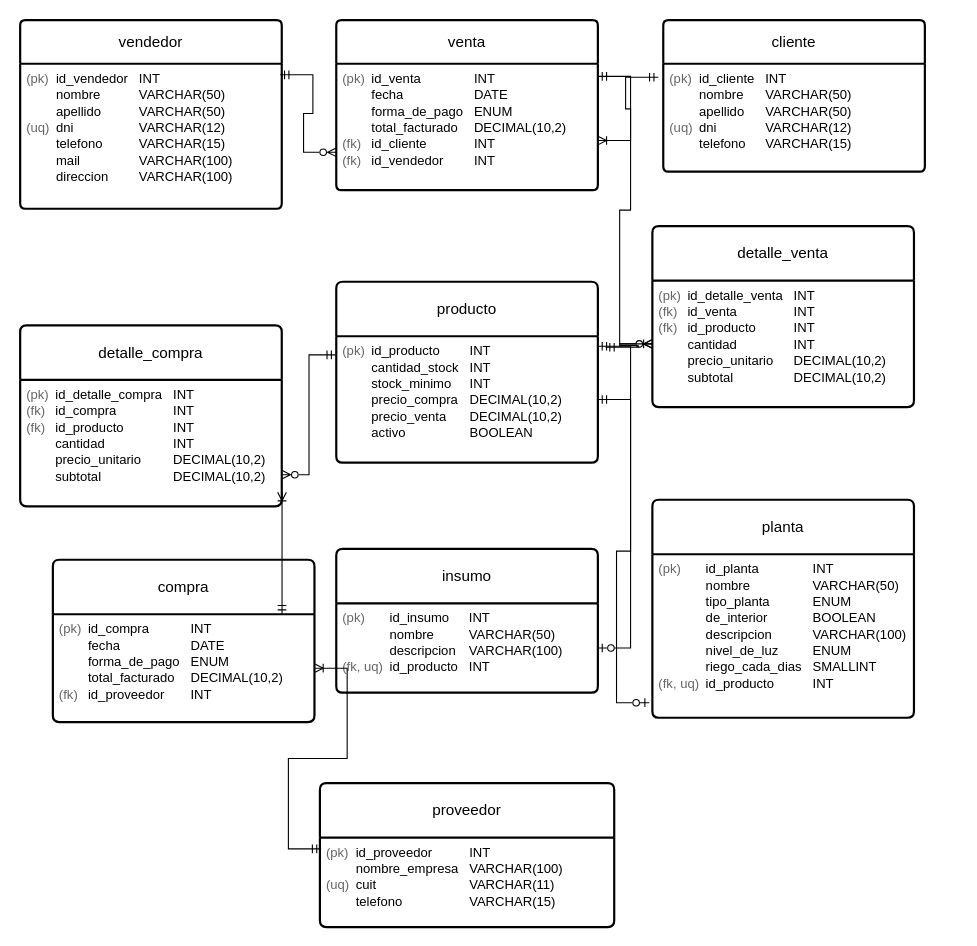
Above: Diagramas/EER_tablas_Vivero.drawio in Laura-Morea/Vivero-TP (draw.io), before the change. Source tidied: cells renumbered, new cells numbered last; positions are measured from the earlier drawing's top-left corner, leaving out a move shared by most shapes. Both pictures are drawn from the tidied source at 109%, with x=0, y=0 at pixel (20, 20).
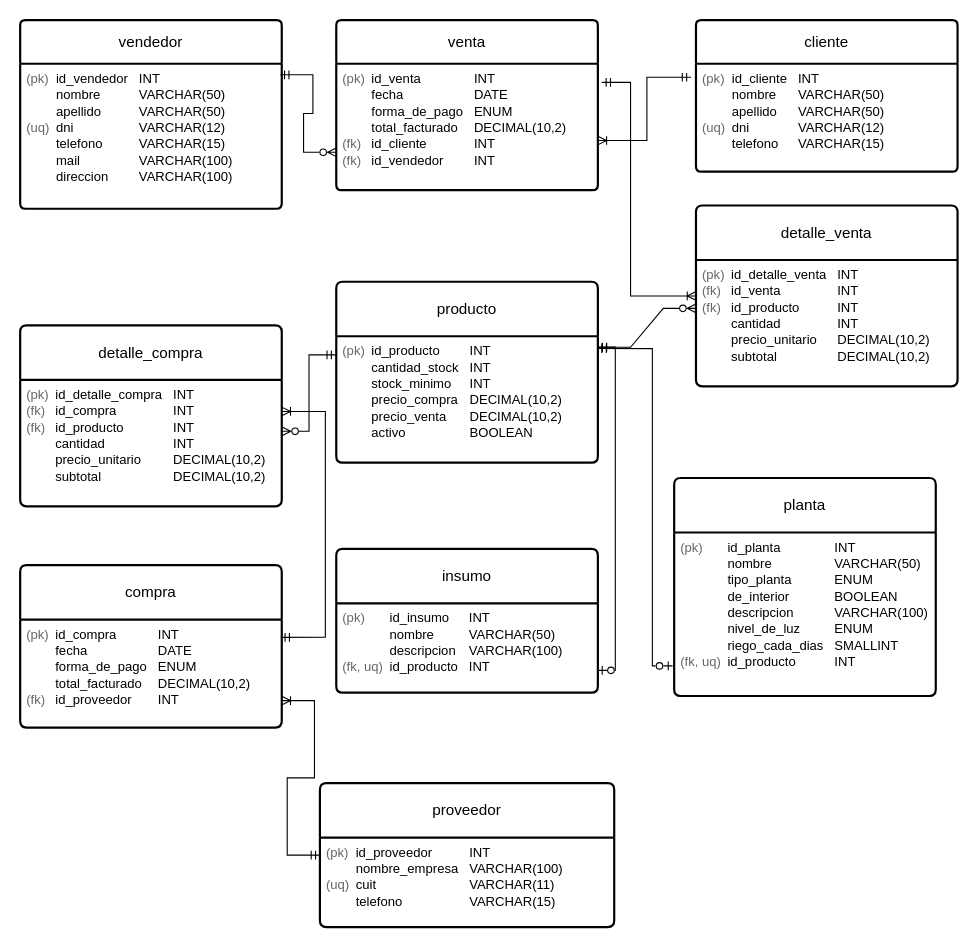
The same diagram, later.

The change refers to these unchanged cells:
```xml
<mxCell id="3" value="&lt;table style=&quot;border-collapse:collapse;font-size:12px;line-height:15px;&quot;&gt;&lt;tr&gt;&lt;td style=&quot;padding:0 6px 0 0;color:#666;&quot;&gt;(pk)&lt;/td&gt;&lt;td style=&quot;padding:0 10px 0 0;&quot;&gt;id_cliente&lt;/td&gt;&lt;td style=&quot;padding:0;&quot;&gt;INT&lt;/td&gt;&lt;/tr&gt;&lt;tr&gt;&lt;td style=&quot;padding:0 6px 0 0;color:#666;&quot;&gt;&lt;/td&gt;&lt;td style=&quot;padding:0 10px 0 0;&quot;&gt;nombre&lt;/td&gt;&lt;td style=&quot;padding:0;&quot;&gt;VARCHAR(50)&lt;/td&gt;&lt;/tr&gt;&lt;tr&gt;&lt;td style=&quot;padding:0 6px 0 0;color:#666;&quot;&gt;&lt;/td&gt;&lt;td style=&quot;padding:0 10px 0 0;&quot;&gt;apellido&lt;/td&gt;&lt;td style=&quot;padding:0;&quot;&gt;VARCHAR(50)&lt;/td&gt;&lt;/tr&gt;&lt;tr&gt;&lt;td style=&quot;padding:0 6px 0 0;color:#666;&quot;&gt;(uq)&lt;/td&gt;&lt;td style=&quot;padding:0 10px 0 0;&quot;&gt;dni&lt;/td&gt;&lt;td style=&quot;padding:0;&quot;&gt;VARCHAR(12)&lt;/td&gt;&lt;/tr&gt;&lt;tr&gt;&lt;td style=&quot;padding:0 6px 0 0;color:#666;&quot;&gt;&lt;/td&gt;&lt;td style=&quot;padding:0 10px 0 0;&quot;&gt;telefono&lt;/td&gt;&lt;td style=&quot;padding:0;&quot;&gt;VARCHAR(15)&lt;/td&gt;&lt;/tr&gt;&lt;/table&gt;" style="align=left;strokeColor=none;fillColor=none;spacingLeft=4;spacingRight=4;fontSize=12;verticalAlign=top;html=1;whiteSpace=wrap;" parent="2" vertex="1">
  <mxGeometry y="40" width="240" height="99" as="geometry" />
</mxCell>
<mxCell id="5" value="&lt;table style=&quot;border-collapse:collapse;font-size:12px;line-height:15px;&quot;&gt;&lt;tr&gt;&lt;td style=&quot;padding:0 6px 0 0;color:#666;&quot;&gt;(pk)&lt;/td&gt;&lt;td style=&quot;padding:0 10px 0 0;&quot;&gt;id_venta&lt;/td&gt;&lt;td style=&quot;padding:0;&quot;&gt;INT&lt;/td&gt;&lt;/tr&gt;&lt;tr&gt;&lt;td style=&quot;padding:0 6px 0 0;color:#666;&quot;&gt;&lt;/td&gt;&lt;td style=&quot;padding:0 10px 0 0;&quot;&gt;fecha&lt;/td&gt;&lt;td style=&quot;padding:0;&quot;&gt;DATE&lt;/td&gt;&lt;/tr&gt;&lt;tr&gt;&lt;td style=&quot;padding:0 6px 0 0;color:#666;&quot;&gt;&lt;/td&gt;&lt;td style=&quot;padding:0 10px 0 0;&quot;&gt;forma_de_pago&lt;/td&gt;&lt;td style=&quot;padding:0;&quot;&gt;ENUM&lt;/td&gt;&lt;/tr&gt;&lt;tr&gt;&lt;td style=&quot;padding:0 6px 0 0;color:#666;&quot;&gt;&lt;/td&gt;&lt;td style=&quot;padding:0 10px 0 0;&quot;&gt;total_facturado&lt;/td&gt;&lt;td style=&quot;padding:0;&quot;&gt;DECIMAL(10,2)&lt;/td&gt;&lt;/tr&gt;&lt;tr&gt;&lt;td style=&quot;padding:0 6px 0 0;color:#666;&quot;&gt;(fk)&lt;/td&gt;&lt;td style=&quot;padding:0 10px 0 0;&quot;&gt;id_cliente&lt;/td&gt;&lt;td style=&quot;padding:0;&quot;&gt;INT&lt;/td&gt;&lt;/tr&gt;&lt;tr&gt;&lt;td style=&quot;padding:0 6px 0 0;color:#666;&quot;&gt;(fk)&lt;/td&gt;&lt;td style=&quot;padding:0 10px 0 0;&quot;&gt;id_vendedor&lt;/td&gt;&lt;td style=&quot;padding:0;&quot;&gt;INT&lt;/td&gt;&lt;/tr&gt;&lt;/table&gt;" style="align=left;strokeColor=none;fillColor=none;spacingLeft=4;spacingRight=4;fontSize=12;verticalAlign=top;html=1;whiteSpace=wrap;" parent="4" vertex="1">
  <mxGeometry y="40" width="240" height="116" as="geometry" />
</mxCell>
<mxCell id="10" value="&lt;table style=&quot;border-collapse:collapse;font-size:12px;line-height:15px;&quot;&gt;&lt;tr&gt;&lt;td style=&quot;padding:0 6px 0 0;color:#666;&quot;&gt;(pk)&lt;/td&gt;&lt;td style=&quot;padding:0 10px 0 0;&quot;&gt;id_producto&lt;/td&gt;&lt;td style=&quot;padding:0;&quot;&gt;INT&lt;/td&gt;&lt;/tr&gt;&lt;tr&gt;&lt;td style=&quot;padding:0 6px 0 0;color:#666;&quot;&gt;&lt;/td&gt;&lt;td style=&quot;padding:0 10px 0 0;&quot;&gt;cantidad_stock&lt;/td&gt;&lt;td style=&quot;padding:0;&quot;&gt;INT&lt;/td&gt;&lt;/tr&gt;&lt;tr&gt;&lt;td style=&quot;padding:0 6px 0 0;color:#666;&quot;&gt;&lt;/td&gt;&lt;td style=&quot;padding:0 10px 0 0;&quot;&gt;stock_minimo&lt;/td&gt;&lt;td style=&quot;padding:0;&quot;&gt;INT&lt;/td&gt;&lt;/tr&gt;&lt;tr&gt;&lt;td style=&quot;padding:0 6px 0 0;color:#666;&quot;&gt;&lt;/td&gt;&lt;td style=&quot;padding:0 10px 0 0;&quot;&gt;precio_compra&lt;/td&gt;&lt;td style=&quot;padding:0;&quot;&gt;DECIMAL(10,2)&lt;/td&gt;&lt;/tr&gt;&lt;tr&gt;&lt;td style=&quot;padding:0 6px 0 0;color:#666;&quot;&gt;&lt;/td&gt;&lt;td style=&quot;padding:0 10px 0 0;&quot;&gt;precio_venta&lt;/td&gt;&lt;td style=&quot;padding:0;&quot;&gt;DECIMAL(10,2)&lt;/td&gt;&lt;/tr&gt;&lt;tr&gt;&lt;td style=&quot;padding:0 6px 0 0;color:#666;&quot;&gt;&lt;/td&gt;&lt;td style=&quot;padding:0 10px 0 0;&quot;&gt;activo&lt;/td&gt;&lt;td style=&quot;padding:0;&quot;&gt;BOOLEAN&lt;/td&gt;&lt;/tr&gt;&lt;/table&gt;" style="align=left;strokeColor=none;fillColor=none;spacingLeft=4;spacingRight=4;fontSize=12;verticalAlign=top;html=1;whiteSpace=wrap;" parent="9" vertex="1">
  <mxGeometry y="50" width="240" height="116" as="geometry" />
</mxCell>
<mxCell id="12" value="&lt;table style=&quot;border-collapse:collapse;font-size:12px;line-height:15px;&quot;&gt;&lt;tr&gt;&lt;td style=&quot;padding:0 6px 0 0;color:#666;&quot;&gt;(pk)&lt;/td&gt;&lt;td style=&quot;padding:0 10px 0 0;&quot;&gt;id_detalle_venta&lt;/td&gt;&lt;td style=&quot;padding:0;&quot;&gt;INT&lt;/td&gt;&lt;/tr&gt;&lt;tr&gt;&lt;td style=&quot;padding:0 6px 0 0;color:#666;&quot;&gt;(fk)&lt;/td&gt;&lt;td style=&quot;padding:0 10px 0 0;&quot;&gt;id_venta&lt;/td&gt;&lt;td style=&quot;padding:0;&quot;&gt;INT&lt;/td&gt;&lt;/tr&gt;&lt;tr&gt;&lt;td style=&quot;padding:0 6px 0 0;color:#666;&quot;&gt;(fk)&lt;/td&gt;&lt;td style=&quot;padding:0 10px 0 0;&quot;&gt;id_producto&lt;/td&gt;&lt;td style=&quot;padding:0;&quot;&gt;INT&lt;/td&gt;&lt;/tr&gt;&lt;tr&gt;&lt;td style=&quot;padding:0 6px 0 0;color:#666;&quot;&gt;&lt;/td&gt;&lt;td style=&quot;padding:0 10px 0 0;&quot;&gt;cantidad&lt;/td&gt;&lt;td style=&quot;padding:0;&quot;&gt;INT&lt;/td&gt;&lt;/tr&gt;&lt;tr&gt;&lt;td style=&quot;padding:0 6px 0 0;color:#666;&quot;&gt;&lt;/td&gt;&lt;td style=&quot;padding:0 10px 0 0;&quot;&gt;precio_unitario&lt;/td&gt;&lt;td style=&quot;padding:0;&quot;&gt;DECIMAL(10,2)&lt;/td&gt;&lt;/tr&gt;&lt;tr&gt;&lt;td style=&quot;padding:0 6px 0 0;color:#666;&quot;&gt;&lt;/td&gt;&lt;td style=&quot;padding:0 10px 0 0;&quot;&gt;subtotal&lt;/td&gt;&lt;td style=&quot;padding:0;&quot;&gt;DECIMAL(10,2)&lt;/td&gt;&lt;/tr&gt;&lt;/table&gt;" style="align=left;strokeColor=none;fillColor=none;spacingLeft=4;spacingRight=4;fontSize=12;verticalAlign=top;html=1;whiteSpace=wrap;" parent="11" vertex="1">
  <mxGeometry y="50" width="240" height="116" as="geometry" />
</mxCell>
<mxCell id="14" value="&lt;table style=&quot;border-collapse:collapse;font-size:12px;line-height:15px;&quot;&gt;&lt;tr&gt;&lt;td style=&quot;padding:0 6px 0 0;color:#666;&quot;&gt;(pk)&lt;/td&gt;&lt;td style=&quot;padding:0 10px 0 0;&quot;&gt;id_planta&lt;/td&gt;&lt;td style=&quot;padding:0;&quot;&gt;INT&lt;/td&gt;&lt;/tr&gt;&lt;tr&gt;&lt;td style=&quot;padding:0 6px 0 0;color:#666;&quot;&gt;&lt;/td&gt;&lt;td style=&quot;padding:0 10px 0 0;&quot;&gt;nombre&lt;/td&gt;&lt;td style=&quot;padding:0;&quot;&gt;VARCHAR(50)&lt;/td&gt;&lt;/tr&gt;&lt;tr&gt;&lt;td style=&quot;padding:0 6px 0 0;color:#666;&quot;&gt;&lt;/td&gt;&lt;td style=&quot;padding:0 10px 0 0;&quot;&gt;tipo_planta&lt;/td&gt;&lt;td style=&quot;padding:0;&quot;&gt;ENUM&lt;/td&gt;&lt;/tr&gt;&lt;tr&gt;&lt;td style=&quot;padding:0 6px 0 0;color:#666;&quot;&gt;&lt;/td&gt;&lt;td style=&quot;padding:0 10px 0 0;&quot;&gt;de_interior&lt;/td&gt;&lt;td style=&quot;padding:0;&quot;&gt;BOOLEAN&lt;/td&gt;&lt;/tr&gt;&lt;tr&gt;&lt;td style=&quot;padding:0 6px 0 0;color:#666;&quot;&gt;&lt;/td&gt;&lt;td style=&quot;padding:0 10px 0 0;&quot;&gt;descripcion&lt;/td&gt;&lt;td style=&quot;padding:0;&quot;&gt;VARCHAR(100)&lt;/td&gt;&lt;/tr&gt;&lt;tr&gt;&lt;td style=&quot;padding:0 6px 0 0;color:#666;&quot;&gt;&lt;/td&gt;&lt;td style=&quot;padding:0 10px 0 0;&quot;&gt;nivel_de_luz&lt;/td&gt;&lt;td style=&quot;padding:0;&quot;&gt;ENUM&lt;/td&gt;&lt;/tr&gt;&lt;tr&gt;&lt;td style=&quot;padding:0 6px 0 0;color:#666;&quot;&gt;&lt;/td&gt;&lt;td style=&quot;padding:0 10px 0 0;&quot;&gt;riego_cada_dias&lt;/td&gt;&lt;td style=&quot;padding:0;&quot;&gt;SMALLINT&lt;/td&gt;&lt;/tr&gt;&lt;tr&gt;&lt;td style=&quot;padding:0 6px 0 0;color:#666;&quot;&gt;(fk, uq)&lt;/td&gt;&lt;td style=&quot;padding:0 10px 0 0;&quot;&gt;id_producto&lt;/td&gt;&lt;td style=&quot;padding:0;&quot;&gt;INT&lt;/td&gt;&lt;/tr&gt;&lt;/table&gt;" style="align=left;strokeColor=none;fillColor=none;spacingLeft=4;spacingRight=4;fontSize=12;verticalAlign=top;html=1;whiteSpace=wrap;" parent="13" vertex="1">
  <mxGeometry y="50" width="240" height="150" as="geometry" />
</mxCell>
<mxCell id="16" value="&lt;table style=&quot;border-collapse:collapse;font-size:12px;line-height:15px;&quot;&gt;&lt;tr&gt;&lt;td style=&quot;padding:0 6px 0 0;color:#666;&quot;&gt;(pk)&lt;/td&gt;&lt;td style=&quot;padding:0 10px 0 0;&quot;&gt;id_insumo&lt;/td&gt;&lt;td style=&quot;padding:0;&quot;&gt;INT&lt;/td&gt;&lt;/tr&gt;&lt;tr&gt;&lt;td style=&quot;padding:0 6px 0 0;color:#666;&quot;&gt;&lt;/td&gt;&lt;td style=&quot;padding:0 10px 0 0;&quot;&gt;nombre&lt;/td&gt;&lt;td style=&quot;padding:0;&quot;&gt;VARCHAR(50)&lt;/td&gt;&lt;/tr&gt;&lt;tr&gt;&lt;td style=&quot;padding:0 6px 0 0;color:#666;&quot;&gt;&lt;/td&gt;&lt;td style=&quot;padding:0 10px 0 0;&quot;&gt;descripcion&lt;/td&gt;&lt;td style=&quot;padding:0;&quot;&gt;VARCHAR(100)&lt;/td&gt;&lt;/tr&gt;&lt;tr&gt;&lt;td style=&quot;padding:0 6px 0 0;color:#666;&quot;&gt;(fk, uq)&lt;/td&gt;&lt;td style=&quot;padding:0 10px 0 0;&quot;&gt;id_producto&lt;/td&gt;&lt;td style=&quot;padding:0;&quot;&gt;INT&lt;/td&gt;&lt;/tr&gt;&lt;/table&gt;" style="align=left;strokeColor=none;fillColor=none;spacingLeft=4;spacingRight=4;fontSize=12;verticalAlign=top;html=1;whiteSpace=wrap;" parent="15" vertex="1">
  <mxGeometry y="50" width="240" height="82" as="geometry" />
</mxCell>
<mxCell id="18" value="&lt;table style=&quot;border-collapse:collapse;font-size:12px;line-height:15px;&quot;&gt;&lt;tr&gt;&lt;td style=&quot;padding:0 6px 0 0;color:#666;&quot;&gt;(pk)&lt;/td&gt;&lt;td style=&quot;padding:0 10px 0 0;&quot;&gt;id_detalle_compra&lt;/td&gt;&lt;td style=&quot;padding:0;&quot;&gt;INT&lt;/td&gt;&lt;/tr&gt;&lt;tr&gt;&lt;td style=&quot;padding:0 6px 0 0;color:#666;&quot;&gt;(fk)&lt;/td&gt;&lt;td style=&quot;padding:0 10px 0 0;&quot;&gt;id_compra&lt;/td&gt;&lt;td style=&quot;padding:0;&quot;&gt;INT&lt;/td&gt;&lt;/tr&gt;&lt;tr&gt;&lt;td style=&quot;padding:0 6px 0 0;color:#666;&quot;&gt;(fk)&lt;/td&gt;&lt;td style=&quot;padding:0 10px 0 0;&quot;&gt;id_producto&lt;/td&gt;&lt;td style=&quot;padding:0;&quot;&gt;INT&lt;/td&gt;&lt;/tr&gt;&lt;tr&gt;&lt;td style=&quot;padding:0 6px 0 0;color:#666;&quot;&gt;&lt;/td&gt;&lt;td style=&quot;padding:0 10px 0 0;&quot;&gt;cantidad&lt;/td&gt;&lt;td style=&quot;padding:0;&quot;&gt;INT&lt;/td&gt;&lt;/tr&gt;&lt;tr&gt;&lt;td style=&quot;padding:0 6px 0 0;color:#666;&quot;&gt;&lt;/td&gt;&lt;td style=&quot;padding:0 10px 0 0;&quot;&gt;precio_unitario&lt;/td&gt;&lt;td style=&quot;padding:0;&quot;&gt;DECIMAL(10,2)&lt;/td&gt;&lt;/tr&gt;&lt;tr&gt;&lt;td style=&quot;padding:0 6px 0 0;color:#666;&quot;&gt;&lt;/td&gt;&lt;td style=&quot;padding:0 10px 0 0;&quot;&gt;subtotal&lt;/td&gt;&lt;td style=&quot;padding:0;&quot;&gt;DECIMAL(10,2)&lt;/td&gt;&lt;/tr&gt;&lt;/table&gt;" style="align=left;strokeColor=none;fillColor=none;spacingLeft=4;spacingRight=4;fontSize=12;verticalAlign=top;html=1;whiteSpace=wrap;" parent="17" vertex="1">
  <mxGeometry y="50" width="240" height="116" as="geometry" />
</mxCell>
<mxCell id="20" value="&lt;table style=&quot;border-collapse:collapse;font-size:12px;line-height:15px;&quot;&gt;&lt;tr&gt;&lt;td style=&quot;padding:0 6px 0 0;color:#666;&quot;&gt;(pk)&lt;/td&gt;&lt;td style=&quot;padding:0 10px 0 0;&quot;&gt;id_compra&lt;/td&gt;&lt;td style=&quot;padding:0;&quot;&gt;INT&lt;/td&gt;&lt;/tr&gt;&lt;tr&gt;&lt;td style=&quot;padding:0 6px 0 0;color:#666;&quot;&gt;&lt;/td&gt;&lt;td style=&quot;padding:0 10px 0 0;&quot;&gt;fecha&lt;/td&gt;&lt;td style=&quot;padding:0;&quot;&gt;DATE&lt;/td&gt;&lt;/tr&gt;&lt;tr&gt;&lt;td style=&quot;padding:0 6px 0 0;color:#666;&quot;&gt;&lt;/td&gt;&lt;td style=&quot;padding:0 10px 0 0;&quot;&gt;forma_de_pago&lt;/td&gt;&lt;td style=&quot;padding:0;&quot;&gt;ENUM&lt;/td&gt;&lt;/tr&gt;&lt;tr&gt;&lt;td style=&quot;padding:0 6px 0 0;color:#666;&quot;&gt;&lt;/td&gt;&lt;td style=&quot;padding:0 10px 0 0;&quot;&gt;total_facturado&lt;/td&gt;&lt;td style=&quot;padding:0;&quot;&gt;DECIMAL(10,2)&lt;/td&gt;&lt;/tr&gt;&lt;tr&gt;&lt;td style=&quot;padding:0 6px 0 0;color:#666;&quot;&gt;(fk)&lt;/td&gt;&lt;td style=&quot;padding:0 10px 0 0;&quot;&gt;id_proveedor&lt;/td&gt;&lt;td style=&quot;padding:0;&quot;&gt;INT&lt;/td&gt;&lt;/tr&gt;&lt;/table&gt;" style="align=left;strokeColor=none;fillColor=none;spacingLeft=4;spacingRight=4;fontSize=12;verticalAlign=top;html=1;whiteSpace=wrap;" parent="19" vertex="1">
  <mxGeometry y="50" width="240" height="99" as="geometry" />
</mxCell>
<mxCell id="21" value="proveedor" style="swimlane;horizontal=1;startSize=50;rounded=1;fontSize=14;fontStyle=0;strokeWidth=2;shadow=0;dashed=0;align=center;arcSize=4;whiteSpace=wrap;html=1;" parent="1" vertex="1">
  <mxGeometry x="275" y="700" width="270" height="132" as="geometry" />
</mxCell>
<mxCell id="22" value="&lt;table style=&quot;border-collapse:collapse;font-size:12px;line-height:15px;&quot;&gt;&lt;tr&gt;&lt;td style=&quot;padding:0 6px 0 0;color:#666;&quot;&gt;(pk)&lt;/td&gt;&lt;td style=&quot;padding:0 10px 0 0;&quot;&gt;id_proveedor&lt;/td&gt;&lt;td style=&quot;padding:0;&quot;&gt;INT&lt;/td&gt;&lt;/tr&gt;&lt;tr&gt;&lt;td style=&quot;padding:0 6px 0 0;color:#666;&quot;&gt;&lt;/td&gt;&lt;td style=&quot;padding:0 10px 0 0;&quot;&gt;nombre_empresa&lt;/td&gt;&lt;td style=&quot;padding:0;&quot;&gt;VARCHAR(100)&lt;/td&gt;&lt;/tr&gt;&lt;tr&gt;&lt;td style=&quot;padding:0 6px 0 0;color:#666;&quot;&gt;(uq)&lt;/td&gt;&lt;td style=&quot;padding:0 10px 0 0;&quot;&gt;cuit&lt;/td&gt;&lt;td style=&quot;padding:0;&quot;&gt;VARCHAR(11)&lt;/td&gt;&lt;/tr&gt;&lt;tr&gt;&lt;td style=&quot;padding:0 6px 0 0;color:#666;&quot;&gt;&lt;/td&gt;&lt;td style=&quot;padding:0 10px 0 0;&quot;&gt;telefono&lt;/td&gt;&lt;td style=&quot;padding:0;&quot;&gt;VARCHAR(15)&lt;/td&gt;&lt;/tr&gt;&lt;/table&gt;" style="align=left;strokeColor=none;fillColor=none;spacingLeft=4;spacingRight=4;fontSize=12;verticalAlign=top;html=1;whiteSpace=wrap;" parent="21" vertex="1">
  <mxGeometry y="50" width="270" height="82" as="geometry" />
</mxCell>
```

Diff of the diagram source:
```diff
@@
     <mxCell id="2" value="cliente" style="swimlane;horizontal=1;startSize=40;rounded=1;fontSize=14;fontStyle=0;strokeWidth=2;shadow=0;dashed=0;align=center;arcSize=4;whiteSpace=wrap;html=1;" parent="1" vertex="1">
-      <mxGeometry x="590" width="240" height="139" as="geometry" />
+      <mxGeometry x="620" width="240" height="139" as="geometry" />
     </mxCell>
@@
-    <mxCell id="8" style="edgeStyle=orthogonalEdgeStyle;rounded=0;jettySize=auto;html=1;entryX=1;entryY=0.75;entryDx=0;entryDy=0;defaultLabelBackgroundColor=page;exitX=-0.002;exitY=0.147;exitDx=0;exitDy=0;exitPerimeter=0;startArrow=ERmandOne;startFill=0;endArrow=ERzeroToMany;endFill=0;" parent="1" edge="1" source="10" target="18">
-      <mxGeometry x="0.09" relative="1" as="geometry" />
+    <mxCell id="8" style="edgeStyle=orthogonalEdgeStyle;rounded=0;jettySize=auto;html=1;entryX=1.001;entryY=0.407;entryDx=0;entryDy=0;defaultLabelBackgroundColor=page;exitX=-0.002;exitY=0.147;exitDx=0;exitDy=0;exitPerimeter=0;startArrow=ERmandOne;startFill=0;endArrow=ERzeroToMany;endFill=0;entryPerimeter=0;" parent="1" edge="1" source="10" target="18">
+      <mxGeometry x="0.46" relative="1" as="geometry" />
     </mxCell>
@@
     <mxCell id="11" value="detalle_venta" style="swimlane;horizontal=1;startSize=50;rounded=1;fontSize=14;fontStyle=0;strokeWidth=2;shadow=0;dashed=0;align=center;arcSize=4;whiteSpace=wrap;html=1;" parent="1" vertex="1">
-      <mxGeometry x="580" y="189" width="240" height="166" as="geometry" />
+      <mxGeometry x="620" y="170" width="240" height="166" as="geometry" />
     </mxCell>
@@
     <mxCell id="13" value="planta" style="swimlane;horizontal=1;startSize=50;rounded=1;fontSize=14;fontStyle=0;strokeWidth=2;shadow=0;dashed=0;align=center;arcSize=4;whiteSpace=wrap;html=1;" parent="1" vertex="1">
-      <mxGeometry x="580" y="440" width="240" height="200" as="geometry" />
+      <mxGeometry x="600" y="420" width="240" height="200" as="geometry" />
     </mxCell>
@@
     <mxCell id="19" value="compra" style="swimlane;horizontal=1;startSize=50;rounded=1;fontSize=14;fontStyle=0;strokeWidth=2;shadow=0;dashed=0;align=center;arcSize=4;whiteSpace=wrap;html=1;" parent="1" vertex="1">
-      <mxGeometry x="30" y="495" width="240" height="149" as="geometry" />
+      <mxGeometry y="500" width="240" height="149" as="geometry" />
     </mxCell>
@@
-    <mxCell id="24" style="edgeStyle=entityRelationEdgeStyle;fontSize=12;html=1;rounded=0;exitX=1;exitY=0.607;exitDx=0;exitDy=0;exitPerimeter=0;entryX=-0.019;entryY=0.125;entryDx=0;entryDy=0;entryPerimeter=0;startArrow=ERoneToMany;startFill=0;endArrow=ERmandOne;endFill=0;" parent="1" edge="1" source="5" target="3">
+    <mxCell id="24" style="edgeStyle=orthogonalEdgeStyle;fontSize=12;html=1;rounded=0;exitX=1;exitY=0.607;exitDx=0;exitDy=0;exitPerimeter=0;entryX=-0.019;entryY=0.125;entryDx=0;entryDy=0;entryPerimeter=0;startArrow=ERoneToMany;startFill=0;endArrow=ERmandOne;endFill=0;" parent="1" edge="1" source="5" target="3">
       <mxGeometry relative="1" as="geometry" />
     </mxCell>
-    <mxCell id="25" style="edgeStyle=entityRelationEdgeStyle;fontSize=12;html=1;rounded=0;exitX=1;exitY=0.1;exitDx=0;exitDy=0;exitPerimeter=0;startArrow=ERmandOne;startFill=0;endArrow=ERoneToMany;endFill=0;" parent="1" edge="1" source="5" target="12">
-      <mxGeometry x="-0.08" relative="1" as="geometry" />
+    <mxCell id="25" style="edgeStyle=orthogonalEdgeStyle;fontSize=12;html=1;rounded=0;exitX=1.015;exitY=0.147;exitDx=0;exitDy=0;exitPerimeter=0;startArrow=ERmandOne;startFill=0;endArrow=ERoneToMany;endFill=0;entryX=0;entryY=0.5;entryDx=0;entryDy=0;" parent="1" edge="1" source="5" target="11">
+      <mxGeometry x="-0.09" relative="1" as="geometry">
+        <Array as="points">
+          <mxPoint x="560" y="57.1" />
+          <mxPoint x="560" y="253" />
+        </Array>
+      </mxGeometry>
     </mxCell>
-    <mxCell id="26" style="edgeStyle=entityRelationEdgeStyle;fontSize=12;html=1;rounded=0;exitX=1.029;exitY=0.087;exitDx=0;exitDy=0;exitPerimeter=0;startArrow=ERmandOne;startFill=0;endArrow=ERzeroToMany;endFill=0;" parent="1" edge="1" source="10" target="12">
-      <mxGeometry x="0.39" relative="1" as="geometry" />
+    <mxCell id="26" style="edgeStyle=entityRelationEdgeStyle;fontSize=12;html=1;rounded=0;startArrow=ERmandOne;startFill=0;endArrow=ERzeroToMany;endFill=0;" parent="1" edge="1">
+      <mxGeometry x="0.54" relative="1" as="geometry">
+        <mxPoint x="530" y="300.1" as="sourcePoint" />
+        <mxPoint x="620" y="264.4" as="targetPoint" />
+      </mxGeometry>
     </mxCell>
-    <mxCell id="27" style="edgeStyle=entityRelationEdgeStyle;fontSize=12;html=1;rounded=0;entryX=-0.012;entryY=0.908;entryDx=0;entryDy=0;entryPerimeter=0;snapToPoint=1;startArrow=ERmandOne;startFill=0;endArrow=ERzeroToOne;endFill=0;" parent="1" edge="1" source="10" target="14">
-      <mxGeometry relative="1" as="geometry" />
+    <mxCell id="27" style="edgeStyle=orthogonalEdgeStyle;fontSize=12;html=1;rounded=0;entryX=-0.006;entryY=0.816;entryDx=0;entryDy=0;entryPerimeter=0;snapToPoint=1;startArrow=ERmandOne;startFill=0;endArrow=ERzeroToOne;endFill=0;exitX=0.999;exitY=0.097;exitDx=0;exitDy=0;exitPerimeter=0;" parent="1" edge="1" source="10" target="14">
+      <mxGeometry x="0.13" relative="1" as="geometry">
+        <Array as="points">
+          <mxPoint x="580" y="301.3" />
+          <mxPoint x="580" y="592.4" />
+        </Array>
+      </mxGeometry>
     </mxCell>
-    <mxCell id="28" style="edgeStyle=entityRelationEdgeStyle;fontSize=12;html=1;rounded=0;entryX=1;entryY=0.079;entryDx=0;entryDy=0;entryPerimeter=0;startArrow=ERzeroToOne;startFill=0;endArrow=ERmandOne;endFill=0;" parent="1" edge="1" source="16" target="10">
-      <mxGeometry relative="1" as="geometry" />
+    <mxCell id="28" style="edgeStyle=orthogonalEdgeStyle;fontSize=12;html=1;rounded=0;startArrow=ERzeroToOne;startFill=0;endArrow=ERmandOne;endFill=0;exitX=1;exitY=0.75;exitDx=0;exitDy=0;libavoidRouting=1;" parent="1" edge="1" source="16">
+      <mxGeometry x="0.06" relative="1" as="geometry">
+        <mxPoint x="530" y="300" as="targetPoint" />
+        <Array as="points">
+          <mxPoint x="546" y="597" />
+          <mxPoint x="546" y="300" />
+        </Array>
+      </mxGeometry>
     </mxCell>
-    <mxCell id="29" style="edgeStyle=entityRelationEdgeStyle;fontSize=12;html=1;rounded=0;entryX=0.004;entryY=0.125;entryDx=0;entryDy=0;entryPerimeter=0;startArrow=ERoneToMany;startFill=0;endArrow=ERmandOne;endFill=0;" parent="1" edge="1" source="20" target="22">
+    <mxCell id="29" style="edgeStyle=entityRelationEdgeStyle;fontSize=12;html=1;rounded=0;entryX=0;entryY=0.5;entryDx=0;entryDy=0;startArrow=ERoneToMany;startFill=0;endArrow=ERmandOne;endFill=0;exitX=1;exitY=0.75;exitDx=0;exitDy=0;" parent="1" edge="1" source="20" target="21">
       <mxGeometry relative="1" as="geometry" />
     </mxCell>
-    <mxCell id="30" style="edgeStyle=orthogonalEdgeStyle;rounded=0;jettySize=auto;html=1;entryX=1.001;entryY=0.888;entryDx=0;entryDy=0;entryPerimeter=0;startArrow=ERmandOne;startFill=0;endArrow=ERoneToMany;endFill=0;" parent="1" edge="1" source="20" target="18">
+    <mxCell id="30" style="edgeStyle=orthogonalEdgeStyle;rounded=0;jettySize=auto;html=1;entryX=1;entryY=0.25;entryDx=0;entryDy=0;startArrow=ERmandOne;startFill=0;endArrow=ERoneToMany;endFill=0;exitX=0.996;exitY=0.164;exitDx=0;exitDy=0;exitPerimeter=0;" parent="1" edge="1" source="20" target="18">
       <mxGeometry relative="1" as="geometry">
         <Array as="points">
-          <mxPoint x="240" y="560" />
-          <mxPoint x="240" y="418.8" />
+          <mxPoint x="280" y="566.2" />
+          <mxPoint x="280" y="359" />
         </Array>
       </mxGeometry>
     </mxCell>
```
